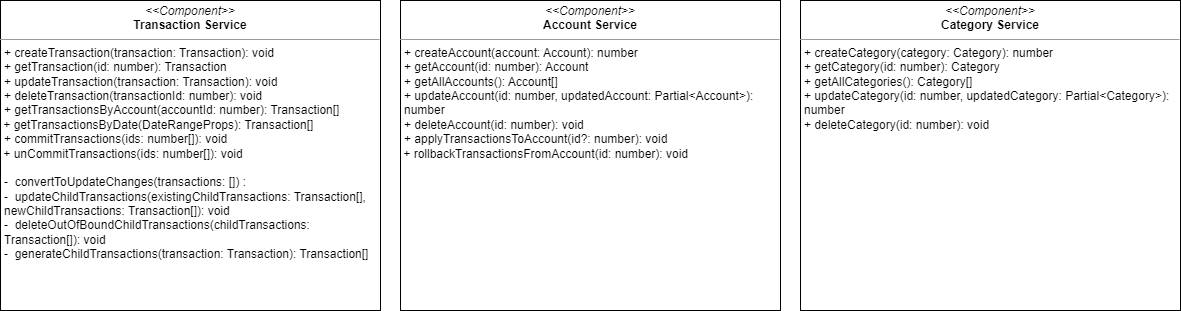
Above: ERD_and_Implementation/diagrams/services.drawio.png in ssanjose/transact (draw.io), before the change. Source tidied: cells renumbered, new cells last; positions are measured from the earlier drawing's top-left corner, leaving out a move shared by most shapes.
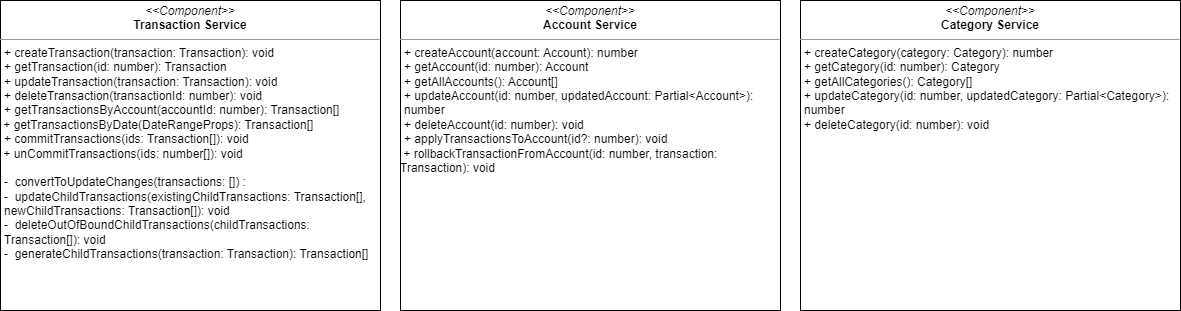
After the commit.

Commit message:
change: AccountService method definition

What changed in the source:
```diff
@@ -2,10 +2,10 @@
   <root>
     <mxCell id="0" />
     <mxCell id="1" parent="0" />
-    <mxCell id="2" value="&lt;p style=&quot;margin:0px;margin-top:4px;text-align:center;&quot;&gt;&lt;i&gt;&amp;lt;&amp;lt;Component&amp;gt;&amp;gt;&lt;/i&gt;&lt;br&gt;&lt;span style=&quot;font-weight: 700;&quot;&gt;Transaction Service&lt;/span&gt;&lt;/p&gt;&lt;hr size=&quot;1&quot;&gt;&lt;p style=&quot;margin:0px;margin-left:4px;&quot;&gt;+ createTransaction(transaction: Transaction): void&lt;br&gt;+ getTransaction(id: number): Transaction&lt;/p&gt;&lt;p style=&quot;margin:0px;margin-left:4px;&quot;&gt;+ updateTransaction(transaction: Transaction): void&lt;br&gt;&lt;/p&gt;&lt;p style=&quot;margin:0px;margin-left:4px;&quot;&gt;+ deleteTransaction(transactionId: number): void&lt;br&gt;&lt;/p&gt;&lt;p style=&quot;margin:0px;margin-left:4px;&quot;&gt;+ getTransactionsByAccount(accountId: number): Transaction[]&lt;/p&gt;&amp;nbsp;+&amp;nbsp;&lt;span style=&quot;background-color: initial;&quot;&gt;getTransactionsByDate(DateRangeProps): Transaction[]&lt;br&gt;&lt;/span&gt;&lt;p style=&quot;margin: 0px 0px 0px 4px;&quot;&gt;+ commitTransactions(ids: number[]): void&lt;span style=&quot;background-color: initial;&quot;&gt;&amp;nbsp;&lt;/span&gt;&lt;/p&gt;&amp;nbsp;+ unCommitTransactions(ids: number[]): void&lt;br&gt;&lt;p style=&quot;margin:0px;margin-left:4px;&quot;&gt;&lt;br&gt;&lt;/p&gt;&lt;p style=&quot;margin:0px;margin-left:4px;&quot;&gt;-&amp;nbsp; convertToUpdateChanges(transactions: []) :&amp;nbsp;&lt;/p&gt;&lt;p style=&quot;margin:0px;margin-left:4px;&quot;&gt;-&amp;nbsp; updateChildTransactions(existingChildTransactions: Transaction[], newChildTransactions: Transaction[]): void&lt;/p&gt;&lt;p style=&quot;margin:0px;margin-left:4px;&quot;&gt;-&amp;nbsp; deleteOutOfBoundChildTransactions(childTransactions: Transaction[]): void&lt;/p&gt;&lt;p style=&quot;margin:0px;margin-left:4px;&quot;&gt;-&amp;nbsp; generateChildTransactions(transaction: Transaction): Transaction[]&lt;/p&gt;" style="verticalAlign=top;align=left;overflow=fill;fontSize=12;fontFamily=Helvetica;html=1;whiteSpace=wrap;" parent="1" vertex="1">
+    <mxCell id="2" value="&lt;p style=&quot;margin:0px;margin-top:4px;text-align:center;&quot;&gt;&lt;i&gt;&amp;lt;&amp;lt;Component&amp;gt;&amp;gt;&lt;/i&gt;&lt;br&gt;&lt;span style=&quot;font-weight: 700;&quot;&gt;Transaction Service&lt;/span&gt;&lt;/p&gt;&lt;hr size=&quot;1&quot;&gt;&lt;p style=&quot;margin:0px;margin-left:4px;&quot;&gt;+ createTransaction(transaction: Transaction): void&lt;br&gt;+ getTransaction(id: number): Transaction&lt;/p&gt;&lt;p style=&quot;margin:0px;margin-left:4px;&quot;&gt;+ updateTransaction(transaction: Transaction): void&lt;br&gt;&lt;/p&gt;&lt;p style=&quot;margin:0px;margin-left:4px;&quot;&gt;+ deleteTransaction(transactionId: number): void&lt;br&gt;&lt;/p&gt;&lt;p style=&quot;margin:0px;margin-left:4px;&quot;&gt;+ getTransactionsByAccount(accountId: number): Transaction[]&lt;/p&gt;&amp;nbsp;+&amp;nbsp;&lt;span style=&quot;background-color: initial;&quot;&gt;getTransactionsByDate(DateRangeProps): Transaction[]&lt;br&gt;&lt;/span&gt;&lt;p style=&quot;margin: 0px 0px 0px 4px;&quot;&gt;+ commitTransactions(ids: Transaction[]): void&lt;span style=&quot;background-color: initial;&quot;&gt;&amp;nbsp;&lt;/span&gt;&lt;/p&gt;&amp;nbsp;+ unCommitTransactions(ids: number[]): void&lt;br&gt;&lt;p style=&quot;margin:0px;margin-left:4px;&quot;&gt;&lt;br&gt;&lt;/p&gt;&lt;p style=&quot;margin:0px;margin-left:4px;&quot;&gt;-&amp;nbsp; convertToUpdateChanges(transactions: []) :&amp;nbsp;&lt;/p&gt;&lt;p style=&quot;margin:0px;margin-left:4px;&quot;&gt;-&amp;nbsp; updateChildTransactions(existingChildTransactions: Transaction[], newChildTransactions: Transaction[]): void&lt;/p&gt;&lt;p style=&quot;margin:0px;margin-left:4px;&quot;&gt;-&amp;nbsp; deleteOutOfBoundChildTransactions(childTransactions: Transaction[]): void&lt;/p&gt;&lt;p style=&quot;margin:0px;margin-left:4px;&quot;&gt;-&amp;nbsp; generateChildTransactions(transaction: Transaction): Transaction[]&lt;/p&gt;" style="verticalAlign=top;align=left;overflow=fill;fontSize=12;fontFamily=Helvetica;html=1;whiteSpace=wrap;" parent="1" vertex="1">
       <mxGeometry width="380" height="310" as="geometry" />
     </mxCell>
-    <mxCell id="3" value="&lt;p style=&quot;margin:0px;margin-top:4px;text-align:center;&quot;&gt;&lt;i&gt;&amp;lt;&amp;lt;Component&amp;gt;&amp;gt;&lt;/i&gt;&lt;br&gt;&lt;span style=&quot;font-weight: 700;&quot;&gt;Account Service&lt;/span&gt;&lt;/p&gt;&lt;hr size=&quot;1&quot;&gt;&lt;p style=&quot;margin:0px;margin-left:4px;&quot;&gt;+ createAccount(account: Account): number&lt;br&gt;+ getAccount(id: number): Account&lt;/p&gt;&lt;p style=&quot;margin:0px;margin-left:4px;&quot;&gt;+ getAllAccounts(): Account[]&lt;br&gt;&lt;/p&gt;&lt;p style=&quot;margin:0px;margin-left:4px;&quot;&gt;+ updateAccount(id: number, updatedAccount: Partial&amp;lt;Account&amp;gt;): number&lt;br&gt;&lt;/p&gt;&lt;p style=&quot;margin:0px;margin-left:4px;&quot;&gt;+ deleteAccount(id: number): void&lt;/p&gt;&lt;p style=&quot;margin:0px;margin-left:4px;&quot;&gt;+ applyTransactionsToAccount(id?: number): void&lt;/p&gt;&amp;nbsp;+ rollbackTransactionsFromAccount(id: number): void&amp;nbsp;&lt;br&gt;&lt;p style=&quot;margin:0px;margin-left:4px;&quot;&gt;&lt;br&gt;&lt;/p&gt;&lt;p style=&quot;margin:0px;margin-left:4px;&quot;&gt;&lt;br&gt;&lt;/p&gt;" style="verticalAlign=top;align=left;overflow=fill;fontSize=12;fontFamily=Helvetica;html=1;whiteSpace=wrap;" parent="1" vertex="1">
+    <mxCell id="3" value="&lt;p style=&quot;margin:0px;margin-top:4px;text-align:center;&quot;&gt;&lt;i&gt;&amp;lt;&amp;lt;Component&amp;gt;&amp;gt;&lt;/i&gt;&lt;br&gt;&lt;span style=&quot;font-weight: 700;&quot;&gt;Account Service&lt;/span&gt;&lt;/p&gt;&lt;hr size=&quot;1&quot;&gt;&lt;p style=&quot;margin:0px;margin-left:4px;&quot;&gt;+ createAccount(account: Account): number&lt;br&gt;+ getAccount(id: number): Account&lt;/p&gt;&lt;p style=&quot;margin:0px;margin-left:4px;&quot;&gt;+ getAllAccounts(): Account[]&lt;br&gt;&lt;/p&gt;&lt;p style=&quot;margin:0px;margin-left:4px;&quot;&gt;+ updateAccount(id: number, updatedAccount: Partial&amp;lt;Account&amp;gt;): number&lt;br&gt;&lt;/p&gt;&lt;p style=&quot;margin:0px;margin-left:4px;&quot;&gt;+ deleteAccount(id: number): void&lt;/p&gt;&lt;p style=&quot;margin:0px;margin-left:4px;&quot;&gt;+ applyTransactionsToAccount(id?: number): void&lt;/p&gt;&amp;nbsp;+ rollbackTransactionFromAccount(id: number, transaction: Transaction): void&amp;nbsp;&lt;br&gt;&lt;p style=&quot;margin:0px;margin-left:4px;&quot;&gt;&lt;br&gt;&lt;/p&gt;&lt;p style=&quot;margin:0px;margin-left:4px;&quot;&gt;&lt;br&gt;&lt;/p&gt;" style="verticalAlign=top;align=left;overflow=fill;fontSize=12;fontFamily=Helvetica;html=1;whiteSpace=wrap;" parent="1" vertex="1">
       <mxGeometry x="400" width="380" height="310" as="geometry" />
     </mxCell>
     <mxCell id="4" value="&lt;p style=&quot;margin:0px;margin-top:4px;text-align:center;&quot;&gt;&lt;i&gt;&amp;lt;&amp;lt;Component&amp;gt;&amp;gt;&lt;/i&gt;&lt;br&gt;&lt;span style=&quot;font-weight: 700;&quot;&gt;Category Service&lt;/span&gt;&lt;/p&gt;&lt;hr size=&quot;1&quot;&gt;&lt;p style=&quot;margin:0px;margin-left:4px;&quot;&gt;+ createCategory(category: Category): number&lt;br&gt;+ getCategory(id: number): Category&lt;/p&gt;&lt;p style=&quot;margin:0px;margin-left:4px;&quot;&gt;+ getAllCategories(): Category[]&lt;br&gt;&lt;/p&gt;&lt;p style=&quot;margin:0px;margin-left:4px;&quot;&gt;+ updateCategory(id: number, updatedCategory: Partial&amp;lt;Category&amp;gt;): number&lt;br&gt;&lt;/p&gt;&lt;p style=&quot;margin:0px;margin-left:4px;&quot;&gt;+ deleteCategory(id: number): void&lt;/p&gt;&lt;br&gt;&lt;p style=&quot;margin:0px;margin-left:4px;&quot;&gt;&lt;br&gt;&lt;/p&gt;&lt;p style=&quot;margin:0px;margin-left:4px;&quot;&gt;&lt;br&gt;&lt;/p&gt;" style="verticalAlign=top;align=left;overflow=fill;fontSize=12;fontFamily=Helvetica;html=1;whiteSpace=wrap;" parent="1" vertex="1">
```
